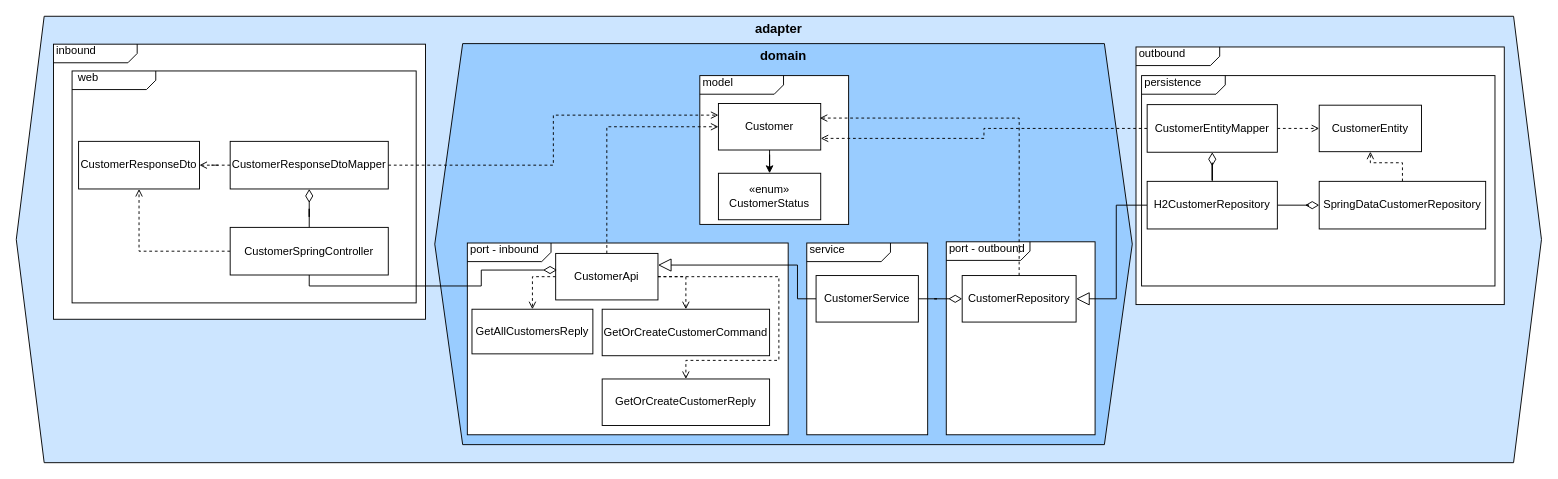
The draw.io diagram page "beginstaat-customer" (4 of 10) of docs/assignment-diagrammen/diagrammen-verzameling.drawio in Quintor/hexagonal-architecture-workshop, before the edit. Source tidied: cells renumbered, new cells numbered last; positions are measured from the earlier drawing's top-left corner, leaving out a move shared by most shapes. Both pictures are drawn from the tidied source at 93%, with x=0, y=0 at pixel (16, 16).
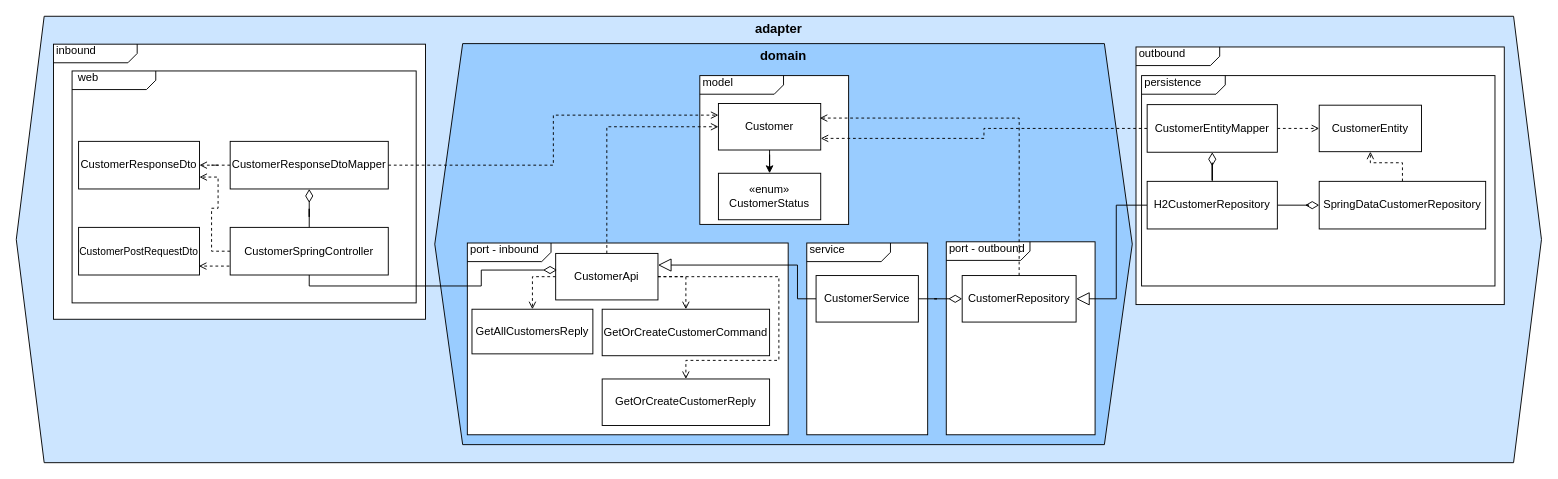
The same page after the edit.

Commit message (it also covers changes not shown here):
docs: update beginstaat customer

Unchanged cells that the change refers to:
```xml
<mxCell id="28" value="CustomerResponseDto" style="html=1;whiteSpace=wrap;" parent="1" vertex="1">
  <mxGeometry x="67" y="134.5" width="130" height="51.2" as="geometry" />
</mxCell>
<mxCell id="34" value="CustomerSpringController" style="html=1;whiteSpace=wrap;" parent="1" vertex="1">
  <mxGeometry x="230" y="227" width="170" height="51.2" as="geometry" />
</mxCell>
```

Diff of the diagram source:
```diff
@@
-    <mxCell id="33" style="edgeStyle=orthogonalEdgeStyle;rounded=0;jettySize=auto;html=1;entryX=0.5;entryY=1;entryDx=0;entryDy=0;dashed=1;endArrow=open;endFill=0;" parent="1" edge="1" source="34" target="28">
+    <mxCell id="33" style="edgeStyle=orthogonalEdgeStyle;rounded=0;jettySize=auto;html=1;entryX=1;entryY=0.75;entryDx=0;entryDy=0;dashed=1;endArrow=open;endFill=0;" parent="1" edge="1" source="34" target="28">
       <mxGeometry relative="1" as="geometry" />
     </mxCell>
+    <mxCell id="46" style="edgeStyle=orthogonalEdgeStyle;rounded=0;jettySize=auto;html=1;entryX=0.995;entryY=0.807;entryDx=0;entryDy=0;entryPerimeter=0;exitX=-0.005;exitY=0.813;exitDx=0;exitDy=0;exitPerimeter=0;dashed=1;endArrow=open;endFill=0;" parent="1" edge="1" source="34" target="47">
+      <mxGeometry relative="1" as="geometry" />
+    </mxCell>
@@
+    <mxCell id="47" value="CustomerPostRequestDto" style="html=1;whiteSpace=wrap;fontSize=11;" parent="1" vertex="1">
+      <mxGeometry x="67" y="227" width="130" height="51.2" as="geometry" />
+    </mxCell>
```
